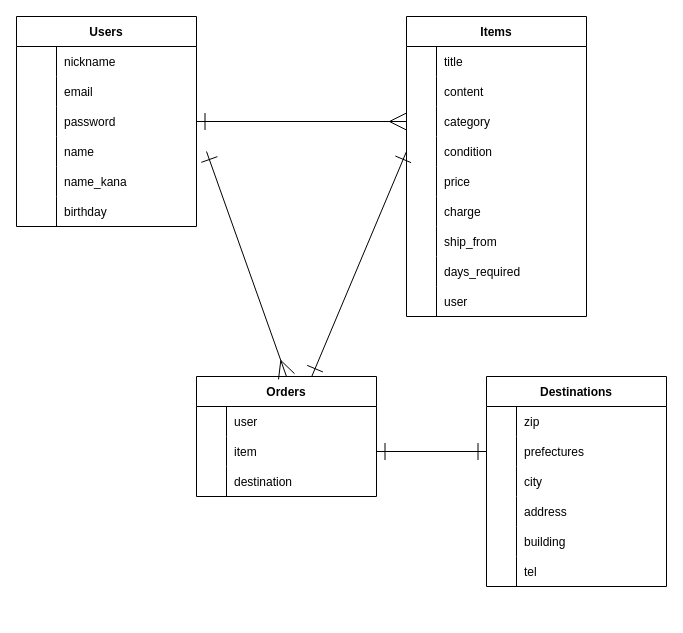
The draw.io diagram ER.dio in kojikoji23/furima-38098, before the edit. Source tidied: cells renumbered, new cells numbered last; positions are measured from the earlier drawing's top-left corner, leaving out a move shared by most shapes. Both pictures are drawn from the tidied source at 100%, with x=0, y=0 at pixel (16, 16).
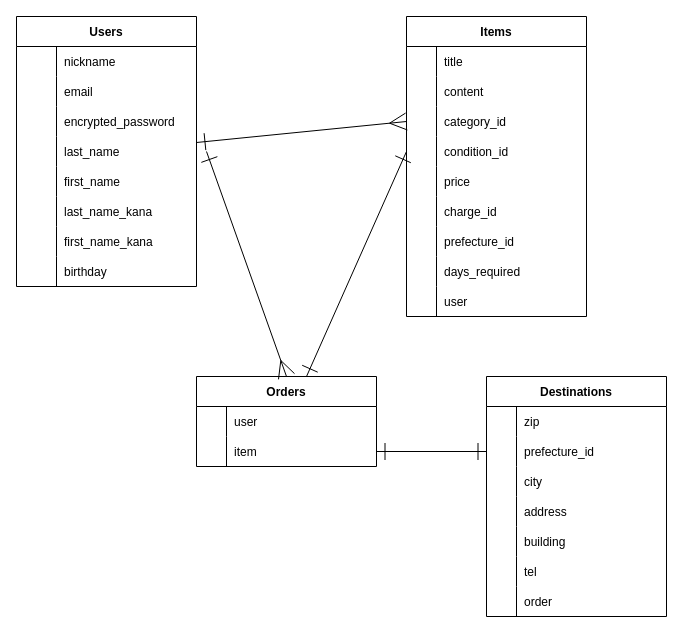
The same diagram, later.

Commit message (it also covers changes not shown here):
データベース設計の修正

The change refers to these unchanged cells:
```xml
<mxCell id="10" style="shape=partialRectangle;fillColor=none;top=0;left=0;bottom=0;right=0;" parent="3" vertex="1">
  <mxGeometry y="90" width="180" height="30" as="geometry" />
</mxCell>
<mxCell id="13" style="shape=partialRectangle;fillColor=none;top=0;left=0;bottom=0;right=0;" parent="3" vertex="1">
  <mxGeometry y="120" width="180" height="30" as="geometry" />
</mxCell>
<mxCell id="16" style="shape=partialRectangle;fillColor=none;top=0;left=0;bottom=0;right=0;" parent="3" vertex="1">
  <mxGeometry y="150" width="180" height="30" as="geometry" />
</mxCell>
<mxCell id="29" style="shape=partialRectangle;fillColor=none;top=0;left=0;bottom=0;right=0;points=[[0,0.5],[1,0.5]];portConstraint=eastwest;" parent="22" vertex="1">
  <mxGeometry y="90" width="180" height="30" as="geometry" />
</mxCell>
<mxCell id="32" style="shape=partialRectangle;fillColor=none;top=0;left=0;bottom=0;right=0;points=[[0,0.5],[1,0.5]];portConstraint=eastwest;" parent="22" vertex="1">
  <mxGeometry y="120" width="180" height="30" as="geometry" />
</mxCell>
<mxCell id="38" style="shape=partialRectangle;fillColor=none;top=0;left=0;bottom=0;right=0;" parent="22" vertex="1">
  <mxGeometry y="180" width="180" height="30" as="geometry" />
</mxCell>
<mxCell id="41" style="shape=partialRectangle;fillColor=none;top=0;left=0;bottom=0;right=0;" parent="22" vertex="1">
  <mxGeometry y="210" width="180" height="30" as="geometry" />
</mxCell>
<mxCell id="64" style="shape=partialRectangle;fillColor=none;top=0;left=0;bottom=0;right=0;points=[[0,0.5],[1,0.5]];portConstraint=eastwest;" parent="60" vertex="1">
  <mxGeometry y="60" width="180" height="30" as="geometry" />
</mxCell>
```

What changed in the source:
```diff
@@
     <mxCell id="3" value="Users" style="shape=table;startSize=30;childLayout=tableLayout;rowLines=0;fontStyle=1;align=center;" parent="1" vertex="1">
-      <mxGeometry width="180" height="210" as="geometry" />
+      <mxGeometry width="180" height="270" as="geometry" />
     </mxCell>
@@
-    <mxCell id="12" value="password" style="shape=partialRectangle;fillColor=none;top=0;left=0;bottom=0;right=0;align=left;spacingLeft=6;overflow=hidden;" parent="10" vertex="1">
+    <mxCell id="12" value="encrypted_password" style="shape=partialRectangle;fillColor=none;top=0;left=0;bottom=0;right=0;align=left;spacingLeft=6;overflow=hidden;" parent="10" vertex="1">
       <mxGeometry x="40" width="140" height="30" as="geometry" />
     </mxCell>
@@
-    <mxCell id="15" value="name " style="shape=partialRectangle;fillColor=none;top=0;left=0;bottom=0;right=0;align=left;spacingLeft=6;overflow=hidden;" parent="13" vertex="1">
+    <mxCell id="15" value="last_name" style="shape=partialRectangle;fillColor=none;top=0;left=0;bottom=0;right=0;align=left;spacingLeft=6;overflow=hidden;" parent="13" vertex="1">
       <mxGeometry x="40" width="140" height="30" as="geometry" />
     </mxCell>
@@
-    <mxCell id="18" value="name_kana" style="shape=partialRectangle;fillColor=none;top=0;left=0;bottom=0;right=0;align=left;spacingLeft=6;overflow=hidden;" parent="16" vertex="1">
+    <mxCell id="18" value="first_name" style="shape=partialRectangle;fillColor=none;top=0;left=0;bottom=0;right=0;align=left;spacingLeft=6;overflow=hidden;" parent="16" vertex="1">
       <mxGeometry x="40" width="140" height="30" as="geometry" />
     </mxCell>
+    <mxCell id="82" style="shape=partialRectangle;fillColor=none;top=0;left=0;bottom=0;right=0;" parent="3" vertex="1">
+      <mxGeometry y="180" width="180" height="30" as="geometry" />
+    </mxCell>
+    <mxCell id="83" style="shape=partialRectangle;fillColor=none;top=0;left=0;bottom=0;right=0;overflow=hidden;" parent="82" vertex="1">
+      <mxGeometry width="40" height="30" as="geometry" />
+    </mxCell>
+    <mxCell id="84" value="last_name_kana" style="shape=partialRectangle;fillColor=none;top=0;left=0;bottom=0;right=0;align=left;spacingLeft=6;overflow=hidden;" parent="82" vertex="1">
+      <mxGeometry x="40" width="140" height="30" as="geometry" />
+    </mxCell>
+    <mxCell id="85" style="shape=partialRectangle;fillColor=none;top=0;left=0;bottom=0;right=0;" parent="3" vertex="1">
+      <mxGeometry y="210" width="180" height="30" as="geometry" />
+    </mxCell>
+    <mxCell id="86" style="shape=partialRectangle;fillColor=none;top=0;left=0;bottom=0;right=0;overflow=hidden;" parent="85" vertex="1">
+      <mxGeometry width="40" height="30" as="geometry" />
+    </mxCell>
+    <mxCell id="87" value="first_name_kana" style="shape=partialRectangle;fillColor=none;top=0;left=0;bottom=0;right=0;align=left;spacingLeft=6;overflow=hidden;" parent="85" vertex="1">
+      <mxGeometry x="40" width="140" height="30" as="geometry" />
+    </mxCell>
     <mxCell id="19" style="shape=partialRectangle;fillColor=none;top=0;left=0;bottom=0;right=0;" parent="3" vertex="1">
-      <mxGeometry y="180" width="180" height="30" as="geometry" />
+      <mxGeometry y="240" width="180" height="30" as="geometry" />
     </mxCell>
@@
-    <mxCell id="31" value="category" style="shape=partialRectangle;fillColor=none;top=0;left=0;bottom=0;right=0;align=left;spacingLeft=6;overflow=hidden;" parent="29" vertex="1">
+    <mxCell id="31" value="category_id" style="shape=partialRectangle;fillColor=none;top=0;left=0;bottom=0;right=0;align=left;spacingLeft=6;overflow=hidden;" parent="29" vertex="1">
       <mxGeometry x="30" width="150" height="30" as="geometry" />
     </mxCell>
@@
-    <mxCell id="34" value="condition" style="shape=partialRectangle;fillColor=none;top=0;left=0;bottom=0;right=0;align=left;spacingLeft=6;overflow=hidden;" parent="32" vertex="1">
+    <mxCell id="34" value="condition_id" style="shape=partialRectangle;fillColor=none;top=0;left=0;bottom=0;right=0;align=left;spacingLeft=6;overflow=hidden;" parent="32" vertex="1">
       <mxGeometry x="30" width="150" height="30" as="geometry" />
     </mxCell>
@@
-    <mxCell id="40" value="charge" style="shape=partialRectangle;fillColor=none;top=0;left=0;bottom=0;right=0;align=left;spacingLeft=6;overflow=hidden;" parent="38" vertex="1">
+    <mxCell id="40" value="charge_id" style="shape=partialRectangle;fillColor=none;top=0;left=0;bottom=0;right=0;align=left;spacingLeft=6;overflow=hidden;" parent="38" vertex="1">
       <mxGeometry x="30" width="150" height="30" as="geometry" />
     </mxCell>
@@
-    <mxCell id="43" value="ship_from" style="shape=partialRectangle;fillColor=none;top=0;left=0;bottom=0;right=0;align=left;spacingLeft=6;overflow=hidden;" parent="41" vertex="1">
+    <mxCell id="43" value="prefecture_id" style="shape=partialRectangle;fillColor=none;top=0;left=0;bottom=0;right=0;align=left;spacingLeft=6;overflow=hidden;" parent="41" vertex="1">
       <mxGeometry x="30" width="150" height="30" as="geometry" />
     </mxCell>
@@
     <mxCell id="50" value="Orders" style="shape=table;startSize=30;childLayout=tableLayout;rowLines=0;fontStyle=1;align=center;" parent="1" vertex="1">
-      <mxGeometry x="180" y="360" width="180" height="120" as="geometry" />
+      <mxGeometry x="180" y="360" width="180" height="90" as="geometry" />
     </mxCell>
@@
-    <mxCell id="57" style="shape=partialRectangle;fillColor=none;top=0;left=0;bottom=0;right=0;" parent="50" vertex="1">
-      <mxGeometry y="90" width="180" height="30" as="geometry" />
-    </mxCell>
-    <mxCell id="58" style="shape=partialRectangle;fillColor=none;top=0;left=0;bottom=0;right=0;overflow=hidden;" parent="57" vertex="1">
-      <mxGeometry width="30" height="30" as="geometry" />
-    </mxCell>
-    <mxCell id="59" value="destination" style="shape=partialRectangle;fillColor=none;top=0;left=0;bottom=0;right=0;align=left;spacingLeft=6;overflow=hidden;" parent="57" vertex="1">
-      <mxGeometry x="30" width="150" height="30" as="geometry" />
-    </mxCell>
     <mxCell id="60" value="Destinations" style="shape=table;startSize=30;childLayout=tableLayout;rowLines=0;fontStyle=1;align=center;" parent="1" vertex="1">
-      <mxGeometry x="470" y="360" width="180" height="210" as="geometry" />
+      <mxGeometry x="470" y="360" width="180" height="240" as="geometry" />
     </mxCell>
@@
-    <mxCell id="66" value="prefectures" style="shape=partialRectangle;fillColor=none;top=0;left=0;bottom=0;right=0;align=left;spacingLeft=6;overflow=hidden;" parent="64" vertex="1">
+    <mxCell id="66" value="prefecture_id" style="shape=partialRectangle;fillColor=none;top=0;left=0;bottom=0;right=0;align=left;spacingLeft=6;overflow=hidden;" parent="64" vertex="1">
       <mxGeometry x="30" width="150" height="30" as="geometry" />
     </mxCell>
@@
+    <mxCell id="88" style="shape=partialRectangle;fillColor=none;top=0;left=0;bottom=0;right=0;" parent="60" vertex="1">
+      <mxGeometry y="210" width="180" height="30" as="geometry" />
+    </mxCell>
+    <mxCell id="58" style="shape=partialRectangle;fillColor=none;top=0;left=0;bottom=0;right=0;overflow=hidden;" parent="88" vertex="1">
+      <mxGeometry width="30" height="30" as="geometry" />
+    </mxCell>
+    <mxCell id="89" value="order" style="shape=partialRectangle;fillColor=none;top=0;left=0;bottom=0;right=0;align=left;spacingLeft=6;overflow=hidden;" parent="88" vertex="1">
+      <mxGeometry x="30" width="150" height="30" as="geometry" />
+    </mxCell>
```
